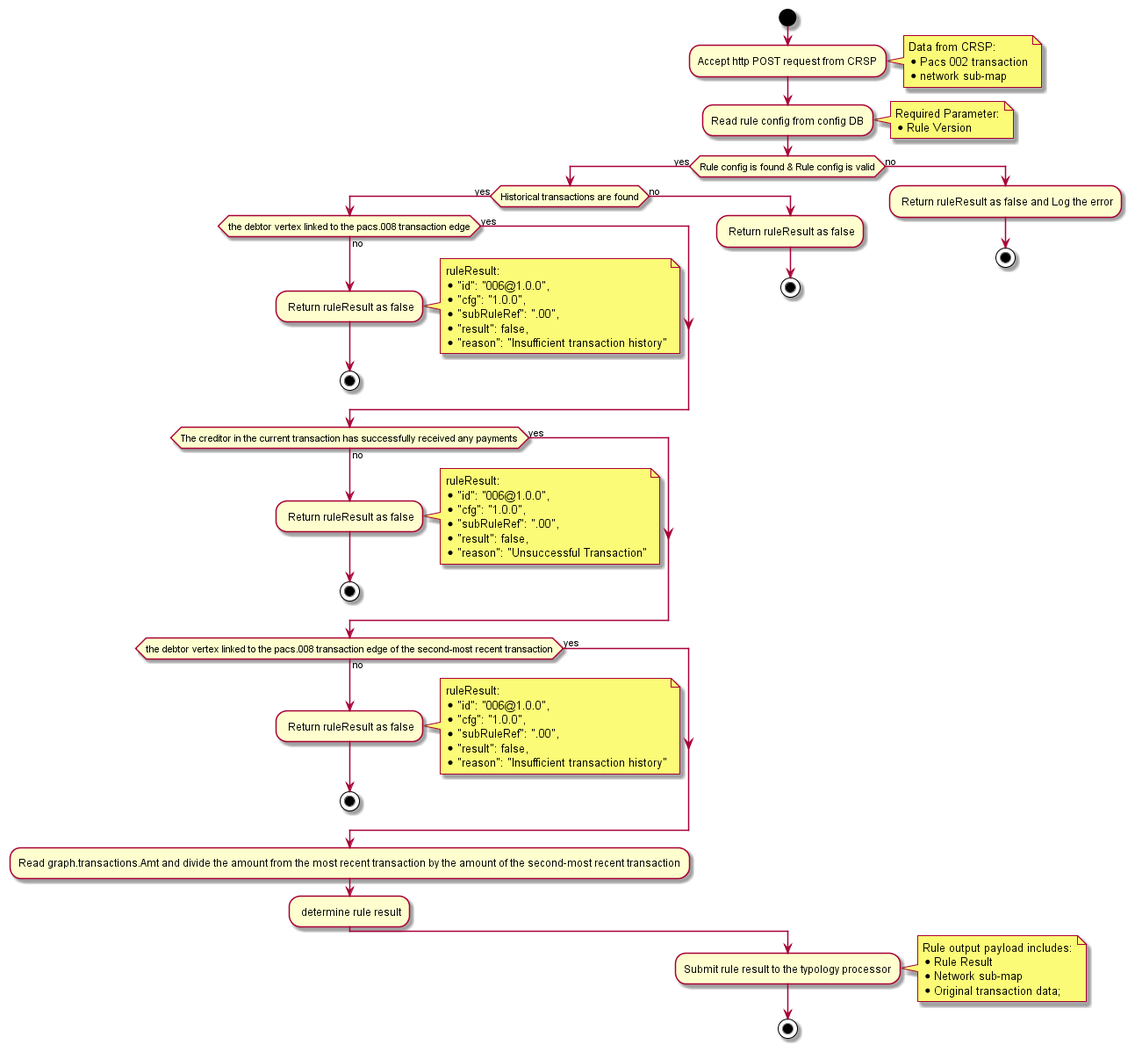
This is out/rule-006.png from ActioFRM/uml-diagrams, a PlantUML export, as it was before one commit. Its diagram source:
```plantuml
@startuml
start
:Accept http POST request from CRSP;
 note right
            Data from CRSP:
            * Pacs 002 transaction
            * network sub-map
        end note
:Read rule config from config DB;
 note right
            Required Parameter:
            * Rule Version
        end note
if (Rule config is found & Rule config is valid) then (yes)
  if (Historical transactions are found) then (yes)
   if (the debtor vertex linked to the pacs.008 transaction edge) then (yes)
   else (no)
   : Return ruleResult as false;
    note right
            ruleResult:
            * "id": "006@1.0.0",
            * "cfg": "1.0.0",
            * "subRuleRef": ".00",
            * "result": false,
            * "reason": "Insufficient transaction history"
        end note
   stop

  endif
  if (The creditor in the current transaction has successfully received any payments) then (yes)
   else (no)
   : Return ruleResult as false;
   note right
            ruleResult:
            * "id": "006@1.0.0",
            * "cfg": "1.0.0",
            * "subRuleRef": ".00",
            * "result": false,
            * "reason": "Unsuccessful Transaction"
        end note
   stop
  endif
  if (the debtor vertex linked to the pacs.008 transaction edge of the second-most recent transaction) then (yes)
   else (no)
   : Return ruleResult as false;
   note right
            ruleResult:
            * "id": "006@1.0.0",
            * "cfg": "1.0.0",
            * "subRuleRef": ".00",
            * "result": false,
            * "reason": "Insufficient transaction history"
        end note
   stop
  endif

  :Read graph.transactions.Amt and divide the amount from the most recent transaction by the amount of the second-most recent transaction;
   : determine rule result;
  else (no)
   : Return ruleResult as false;
   stop
  endif
else (no)
  : Return ruleResult as false and Log the error;
  stop
endif
:Submit rule result to the typology processor;
note right
    Rule output payload includes:
    * Rule Result
    * Network sub-map
    * Original transaction data;
end note
stop
@enduml
```
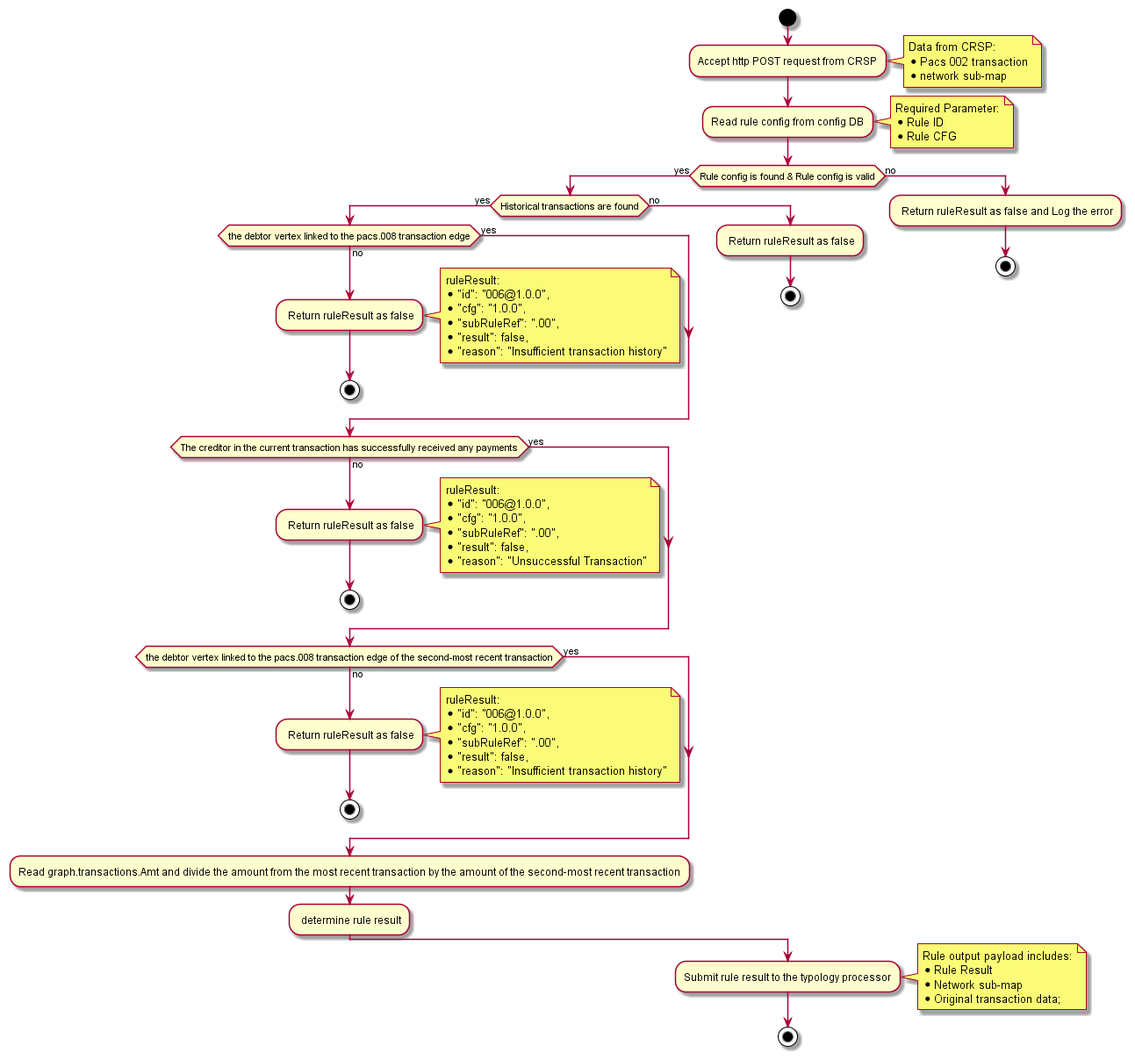
After the change.

Commit message:
change to rule id and rule cfg

The edit, as a diff of the source:
```diff
@@ -9,7 +9,8 @@
 :Read rule config from config DB;
  note right
             Required Parameter:
-            * Rule Version
+            * Rule ID
+            * Rule CFG
         end note
 if (Rule config is found & Rule config is valid) then (yes)
   if (Historical transactions are found) then (yes)
```
